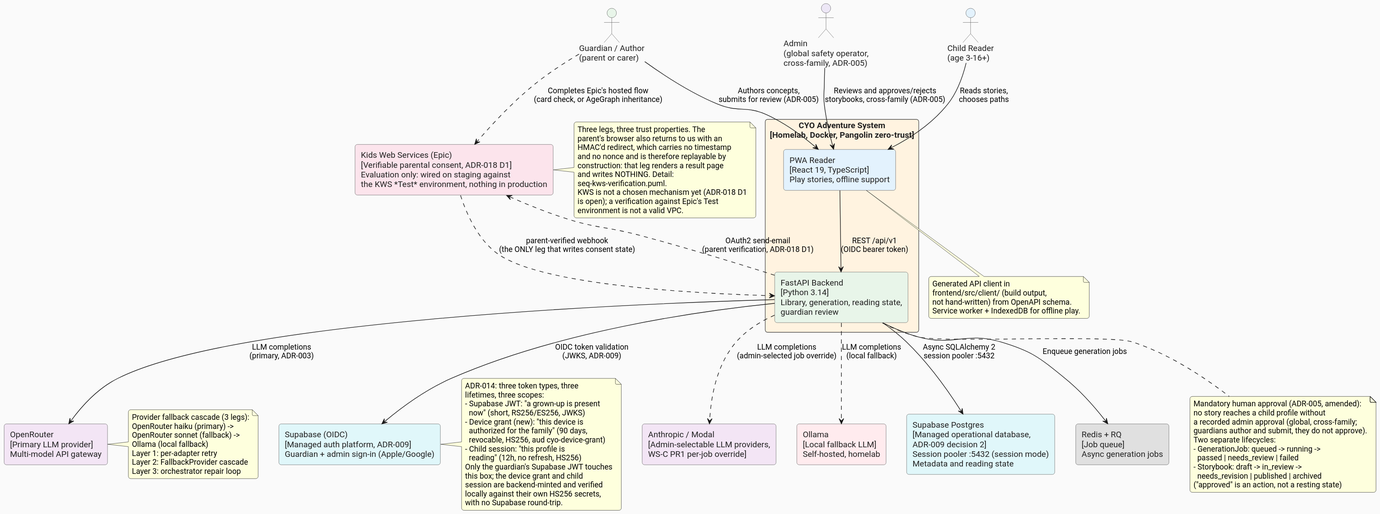
Earlier version of the PlantUML export docs/architecture/diagrams/c4-context.svg (ByronWilliamsCPA/cyo-adventure).
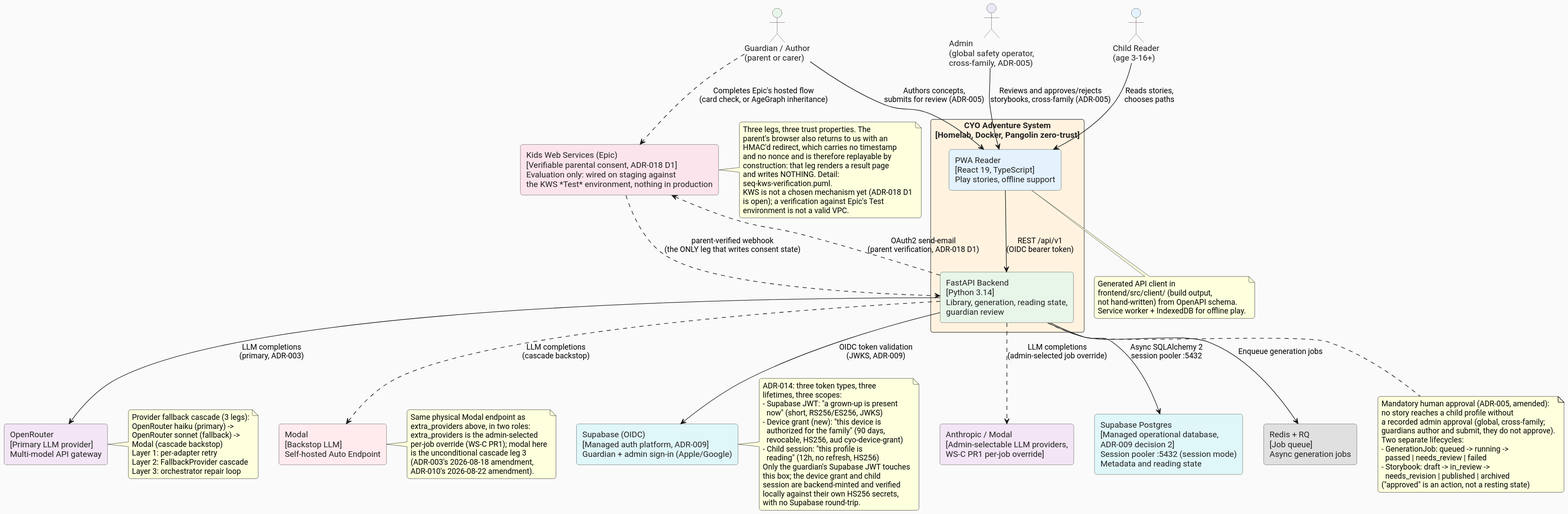
The same diagram one commit later.

The edit, as a diff of the source:
```diff
@@ -27,7 +27,7 @@
 
 rectangle "OpenRouter\n[Primary LLM provider]\nMulti-model API gateway" as openrouter #F3E5F5
 rectangle "Anthropic / Modal\n[Admin-selectable LLM providers,\nWS-C PR1 per-job override]" as extra_providers #F3E5F5
-rectangle "Ollama\n[Local fallback LLM]\nSelf-hosted, homelab" as ollama #FFEBEE
+rectangle "Modal\n[Backstop LLM]\nSelf-hosted Auto Endpoint" as modal #FFEBEE
 rectangle "Supabase (OIDC)\n[Managed auth platform, ADR-009]\nGuardian + admin sign-in (Apple/Google)" as supabase_auth #E0F7FA
 rectangle "Supabase Postgres\n[Managed operational database,\nADR-009 decision 2]\nSession pooler :5432 (session mode)\nMetadata and reading state" as postgres #E0F7FA
 rectangle "Redis + RQ\n[Job queue]\nAsync generation jobs" as redis #E0E0E0
@@ -39,7 +39,7 @@
 pwa --> backend : "REST /api/v1\n(OIDC bearer token)"
 backend --> openrouter : "LLM completions\n(primary, ADR-003)"
 backend ..> extra_providers : "LLM completions\n(admin-selected job override)"
-backend ..> ollama : "LLM completions\n(local fallback)"
+backend ..> modal : "LLM completions\n(cascade backstop)"
 backend --> supabase_auth : "OIDC token validation\n(JWKS, ADR-009)"
 backend --> postgres : "Async SQLAlchemy 2\nsession pooler :5432"
 backend --> redis : "Enqueue generation jobs"
@@ -58,10 +58,20 @@
   Provider fallback cascade (3 legs):
   OpenRouter haiku (primary) ->
   OpenRouter sonnet (fallback) ->
-  Ollama (local fallback)
+  Modal (cascade backstop)
   Layer 1: per-adapter retry
   Layer 2: FallbackProvider cascade
   Layer 3: orchestrator repair loop
+end note
+
+note right of modal
+  Same physical Modal endpoint as
+  extra_providers above, in two roles:
+  extra_providers is the admin-selected
+  per-job override (WS-C PR1); modal here
+  is the unconditional cascade leg 3
+  (ADR-003's 2026-08-18 amendment,
+  ADR-010's 2026-08-22 amendment).
 end note
 
 note bottom of backend
```
